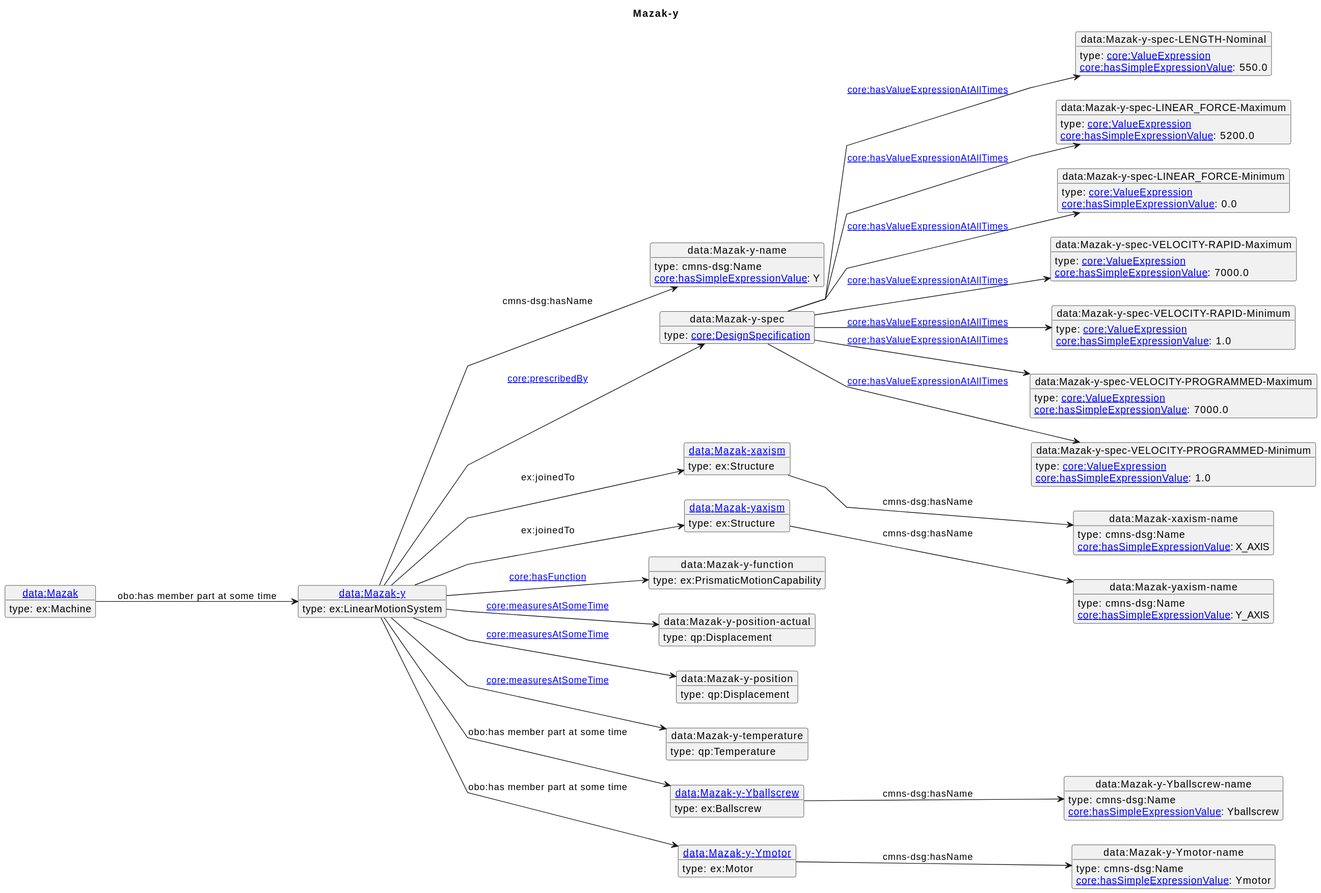
Above: diagrams/Mazak-y.svg in iofoundry/example-syseng-mtconnect (PlantUML), before the change.
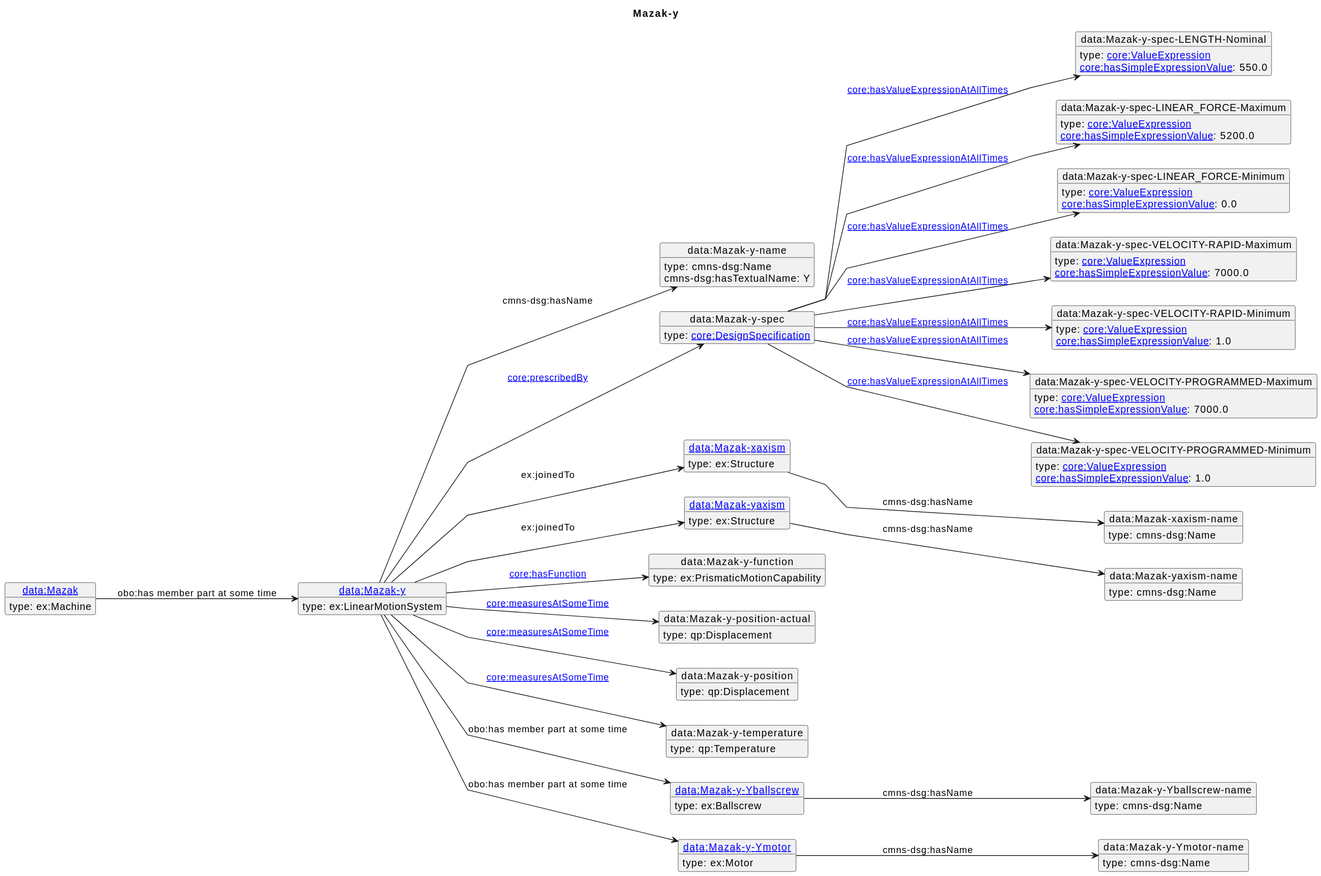
Above is the later version.

What changed in the source:
```diff
@@ -72,7 +72,7 @@
  type: ex:Machine
 }
 o1 --> o2 : cmns-dsg:hasName
-o2 : [[https://spec.industrialontologies.org/ontology/core/Core/hasSimpleExpressionValue core:hasSimpleExpressionValue]]: Y
+o2 : cmns-dsg:hasTextualName: Y
 o1 --> o3 : [[https://spec.industrialontologies.org/ontology/core/Core/prescribedBy core:prescribedBy]]
 o3 --> o4 : [[https://spec.industrialontologies.org/ontology/core/Core/hasValueExpressionAtAllTimes core:hasValueExpressionAtAllTimes]]
 o4 : [[https://spec.industrialontologies.org/ontology/core/Core/hasSimpleExpressionValue core:hasSimpleExpressionValue]]: 550.0
@@ -90,19 +90,15 @@
 o10 : [[https://spec.industrialontologies.org/ontology/core/Core/hasSimpleExpressionValue core:hasSimpleExpressionValue]]: 1.0
 o1 --> o11 : ex:joinedTo
 o11 --> o12 : cmns-dsg:hasName
-o12 : [[https://spec.industrialontologies.org/ontology/core/Core/hasSimpleExpressionValue core:hasSimpleExpressionValue]]: X_AXIS
 o1 --> o13 : ex:joinedTo
 o13 --> o14 : cmns-dsg:hasName
-o14 : [[https://spec.industrialontologies.org/ontology/core/Core/hasSimpleExpressionValue core:hasSimpleExpressionValue]]: Y_AXIS
 o1 --> o15 : [[https://spec.industrialontologies.org/ontology/core/Core/hasFunction core:hasFunction]]
 o1 --> o16 : [[https://spec.industrialontologies.org/ontology/core/Core/measuresAtSomeTime core:measuresAtSomeTime]]
 o1 --> o17 : [[https://spec.industrialontologies.org/ontology/core/Core/measuresAtSomeTime core:measuresAtSomeTime]]
 o1 --> o18 : [[https://spec.industrialontologies.org/ontology/core/Core/measuresAtSomeTime core:measuresAtSomeTime]]
 o1 --> o19 : obo:has member part at some time
 o19 --> o20 : cmns-dsg:hasName
-o20 : [[https://spec.industrialontologies.org/ontology/core/Core/hasSimpleExpressionValue core:hasSimpleExpressionValue]]: Yballscrew
 o1 --> o21 : obo:has member part at some time
 o21 --> o22 : cmns-dsg:hasName
-o22 : [[https://spec.industrialontologies.org/ontology/core/Core/hasSimpleExpressionValue core:hasSimpleExpressionValue]]: Ymotor
 o23 --> o1 : obo:has member part at some time
 @enduml
```
